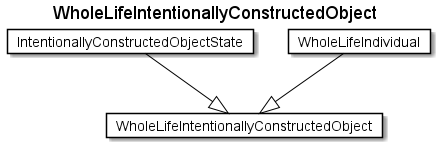
Above: fragments/diagrams/WholeLifeIntentionallyConstructedObject.png in rtigran/rdf2adoc (PlantUML), before the change.
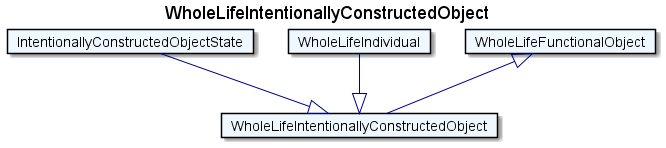
After the change.

Diff of the diagram source:
```diff
@@ -1,15 +1,19 @@
 @startuml
 Title WholeLifeIntentionallyConstructedObject
 
-Card WholeLifeIntentionallyConstructedObject #fff [
+Card WholeLifeIntentionallyConstructedObject #F0F8FF [
 WholeLifeIntentionallyConstructedObject
 ]
-Card IntentionallyConstructedObjectState #fff [
+Card IntentionallyConstructedObjectState #F0F8FF [
 IntentionallyConstructedObjectState
 ]
-IntentionallyConstructedObjectState --|> WholeLifeIntentionallyConstructedObject  #000
-Card WholeLifeIndividual #fff [
+IntentionallyConstructedObjectState --|> WholeLifeIntentionallyConstructedObject  #00008B
+Card WholeLifeIndividual #F0F8FF [
 WholeLifeIndividual
 ]
-WholeLifeIndividual --|> WholeLifeIntentionallyConstructedObject  #000
+WholeLifeIndividual --|> WholeLifeIntentionallyConstructedObject  #00008B
+Card WholeLifeFunctionalObject #F0F8FF [
+WholeLifeFunctionalObject
+]
+WholeLifeFunctionalObject <|-- WholeLifeIntentionallyConstructedObject  #00008B
 @enduml
```
